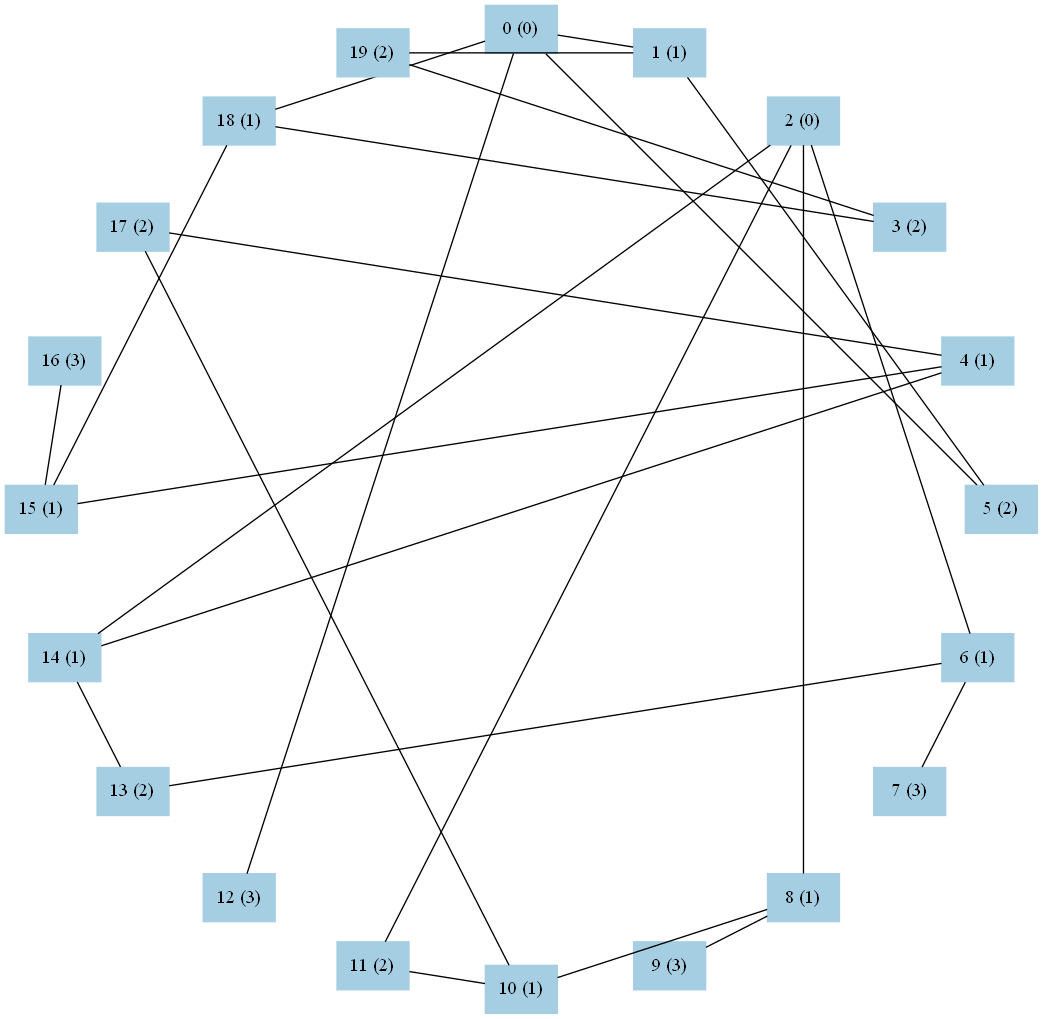
The Graphviz diagram graph3.png in kohinigeee/kenkyuu, before a commit. Its source is kept beside it as graph3.dot.
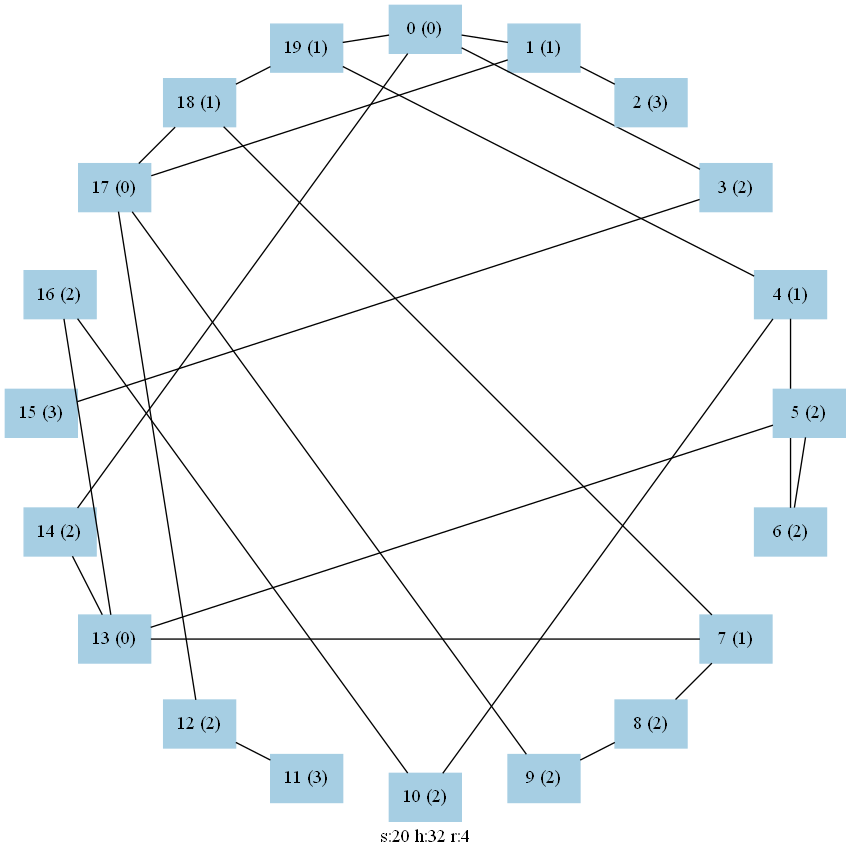
Above is the later version.

What changed in the source:
```diff
@@ -1,8 +1,8 @@
 graph test2 {
 	graph [
 		charset="utf-8",
-		layout=neato
-	];
+		layout=neato,
+		label="s:20 h:32 r:4"	];
 	node [
 		shape=box;
 		style="solid, filled"
@@ -10,110 +10,114 @@
 
 	subgraph cluster_sub0 {
 	node[ color=1 ]
+	node[
+		color=1
+		fontsize=14
+	]
 	0[
-		pos="5.000, 5.000!",
+		pos="5.00000, 9.00000!",
 		label="0 (0)"
 	]
 	1[
-		pos="6.545, 4.755!",
+		pos="6.23607, 8.80423!",
 		label="1 (1)"
 	]
 	2[
-		pos="7.939, 4.045!",
-		label="2 (0)"
+		pos="7.35114, 8.23607!",
+		label="2 (3)"
 	]
 	3[
-		pos="9.045, 2.939!",
+		pos="8.23607, 7.35114!",
 		label="3 (2)"
 	]
 	4[
-		pos="9.755, 1.545!",
+		pos="8.80423, 6.23607!",
 		label="4 (1)"
 	]
 	5[
-		pos="10.000, -0.000!",
+		pos="9.00000, 5.00000!",
 		label="5 (2)"
 	]
 	6[
-		pos="9.755, -1.545!",
-		label="6 (1)"
+		pos="8.80423, 3.76393!",
+		label="6 (2)"
 	]
 	7[
-		pos="9.045, -2.939!",
-		label="7 (3)"
+		pos="8.23607, 2.64886!",
+		label="7 (1)"
 	]
 	8[
-		pos="7.939, -4.045!",
-		label="8 (1)"
+		pos="7.35114, 1.76393!",
+		label="8 (2)"
 	]
 	9[
-		pos="6.545, -4.755!",
-		label="9 (3)"
+		pos="6.23607, 1.19577!",
+		label="9 (2)"
 	]
 	10[
-		pos="5.000, -5.000!",
-		label="10 (1)"
+		pos="5.00000, 1.00000!",
+		label="10 (2)"
 	]
 	11[
-		pos="3.455, -4.755!",
-		label="11 (2)"
+		pos="3.76393, 1.19577!",
+		label="11 (3)"
 	]
 	12[
-		pos="2.061, -4.045!",
-		label="12 (3)"
+		pos="2.64886, 1.76393!",
+		label="12 (2)"
 	]
 	13[
-		pos="0.955, -2.939!",
-		label="13 (2)"
+		pos="1.76393, 2.64886!",
+		label="13 (0)"
 	]
 	14[
-		pos="0.245, -1.545!",
-		label="14 (1)"
+		pos="1.19577, 3.76393!",
+		label="14 (2)"
 	]
 	15[
-		pos="0.000, 0.000!",
-		label="15 (1)"
+		pos="1.00000, 5.00000!",
+		label="15 (3)"
 	]
 	16[
-		pos="0.245, 1.545!",
-		label="16 (3)"
+		pos="1.19577, 6.23607!",
+		label="16 (2)"
 	]
 	17[
-		pos="0.955, 2.939!",
-		label="17 (2)"
+		pos="1.76393, 7.35114!",
+		label="17 (0)"
 	]
 	18[
-		pos="2.061, 4.045!",
+		pos="2.64886, 8.23607!",
 		label="18 (1)"
 	]
 	19[
-		pos="3.455, 4.755!",
-		label="19 (2)"
+		pos="3.76393, 8.80423!",
+		label="19 (1)"
 	]
 	}
 
-	0--12
 	0--1
-	0--18
-	0--5
-	1--19
-	1--5
-	2--14
-	2--6
-	2--8
-	2--11
-	3--18
-	3--19
-	4--17
-	4--14
-	4--15
-	6--13
-	6--7
-	8--10
+	0--14
+	0--19
+	0--3
+	1--17
+	1--2
+	3--15
+	4--6
+	4--10
+	4--19
+	5--13
+	5--6
+	7--13
+	7--8
+	7--18
 	8--9
-	10--17
-	10--11
+	9--17
+	10--16
+	11--12
+	12--17
+	13--16
 	13--14
-	15--18
-	15--16
+	17--18
+	18--19
 }
```
